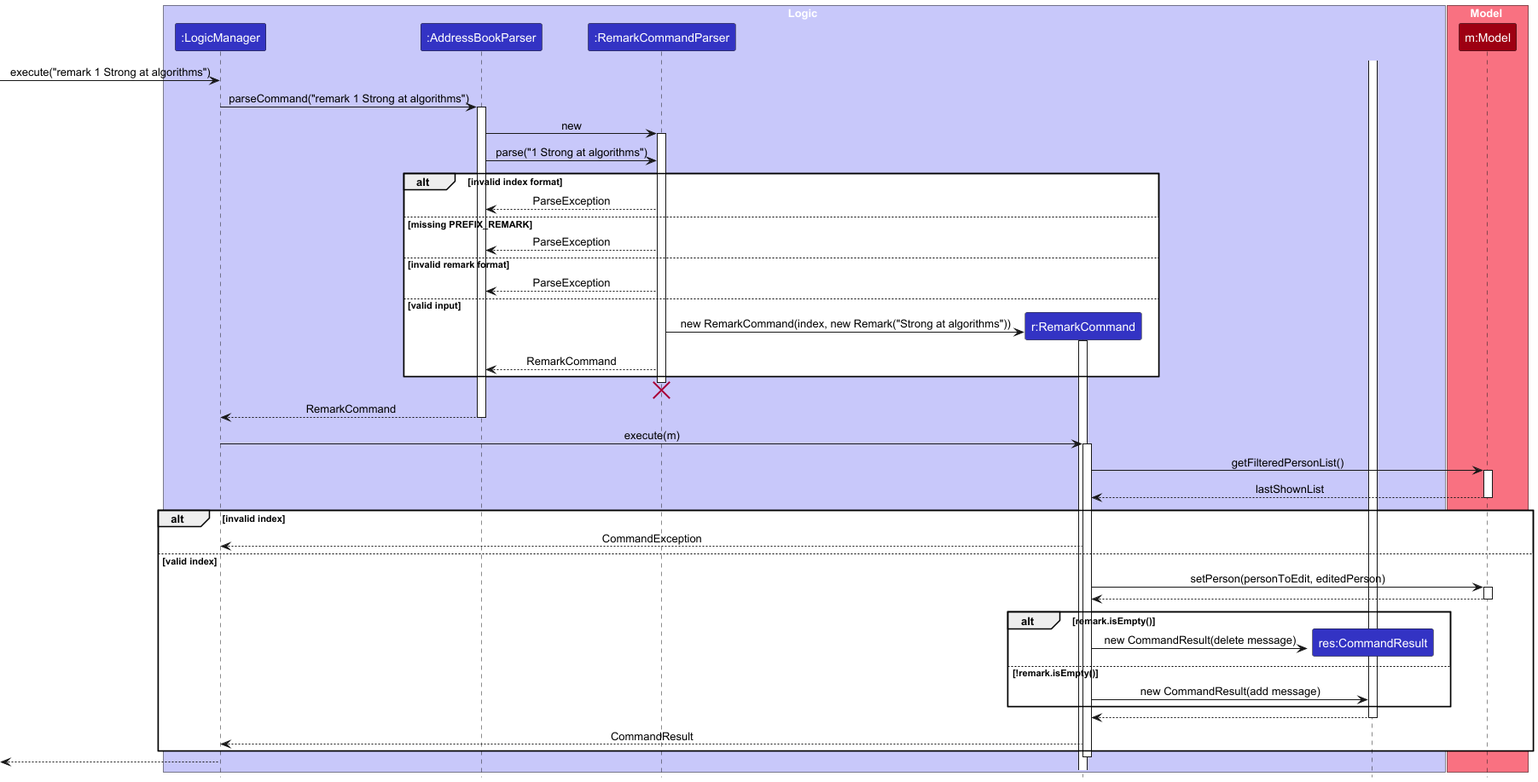
Before: docs/images/RemarkSequenceDiagram.png, a diagram exported from PlantUML (ArrickGit/tp).
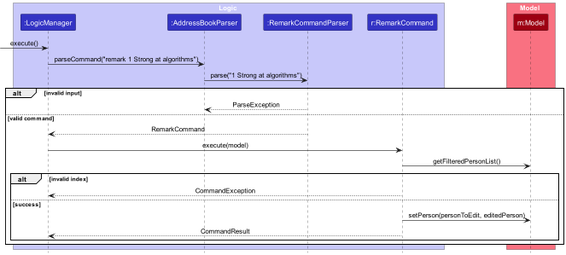
After the commit.

Diff of the diagram source:
```diff
@@ -7,77 +7,31 @@
 participant ":AddressBookParser" as AddressBookParser LOGIC_COLOR
 participant ":RemarkCommandParser" as RemarkCommandParser LOGIC_COLOR
 participant "r:RemarkCommand" as RemarkCommand LOGIC_COLOR
-participant "res:CommandResult" as CommandResult LOGIC_COLOR
 end box
 
 box Model MODEL_COLOR_T1
 participant "m:Model" as Model MODEL_COLOR
 end box
 
-[-> LogicManager : execute("remark 1 Strong at algorithms")
+[-> LogicManager : execute()
 
 LogicManager -> AddressBookParser: parseCommand("remark 1 Strong at algorithms")
-activate AddressBookParser
-
-
-AddressBookParser -> RemarkCommandParser : new
-activate RemarkCommandParser
-
 AddressBookParser -> RemarkCommandParser : parse("1 Strong at algorithms")
 
-alt invalid index format
+alt invalid input
     RemarkCommandParser --> AddressBookParser : ParseException
-else missing PREFIX_REMARK
-    RemarkCommandParser --> AddressBookParser : ParseException
-else invalid remark format
-    RemarkCommandParser --> AddressBookParser : ParseException
-else valid input
-    create RemarkCommand
-    RemarkCommandParser -> RemarkCommand : new RemarkCommand(index, new Remark("Strong at algorithms"))
-    activate RemarkCommand
-    deactivate RemarkCommand
+else valid command
+    RemarkCommandParser --> LogicManager : RemarkCommand
 
-    RemarkCommandParser --> AddressBookParser : RemarkCommand
+    LogicManager -> RemarkCommand : execute(model)
+    RemarkCommand -> Model : getFilteredPersonList()
+
+    alt invalid index
+        RemarkCommand --> LogicManager : CommandException
+    else success
+        RemarkCommand -> Model : setPerson(personToEdit, editedPerson)
+        RemarkCommand --> LogicManager : CommandResult
+    end
 end
 
-deactivate RemarkCommandParser
-destroy RemarkCommandParser
-
-AddressBookParser --> LogicManager : RemarkCommand
-deactivate AddressBookParser
-
-LogicManager -> RemarkCommand : execute(m)
-activate RemarkCommand
-
-RemarkCommand -> Model : getFilteredPersonList()
-activate Model
-Model --> RemarkCommand : lastShownList
-deactivate Model
-
-alt invalid index
-    RemarkCommand --> LogicManager : CommandException
-else valid index
-    RemarkCommand -> Model : setPerson(personToEdit, editedPerson)
-    activate Model
-    Model --> RemarkCommand
-    deactivate Model
-
-    create CommandResult
-    alt remark.isEmpty()
-        RemarkCommand -> CommandResult : new CommandResult(delete message)
-    else !remark.isEmpty()
-        RemarkCommand -> CommandResult : new CommandResult(add message)
-    end
-    activate CommandResult
-
-    CommandResult --> RemarkCommand
-    deactivate CommandResult
-
-    RemarkCommand --> LogicManager : CommandResult
-end
-
-deactivate RemarkCommand
-
-[<-- LogicManager
-deactivate LogicManager
 @enduml
```
